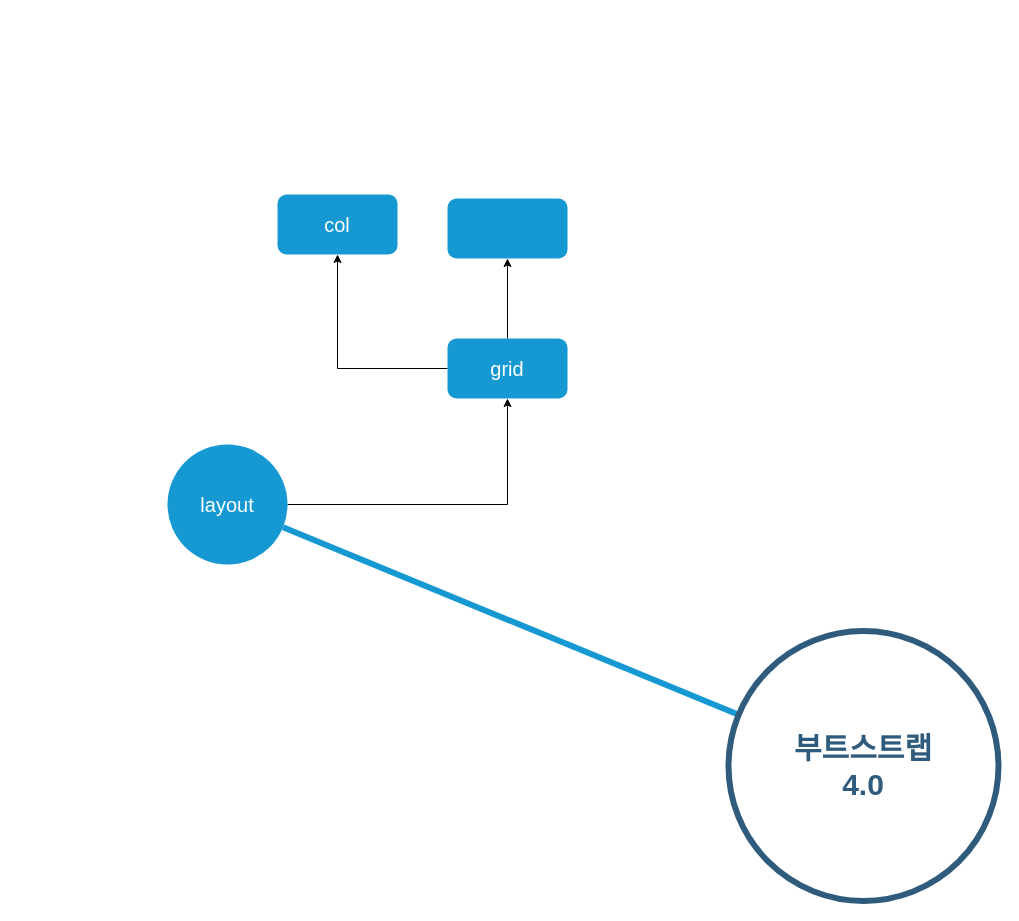
The draw.io diagram diagram/제목 없는 다이어그램.drawio in Hjaehong/TSL, before the edit. Source tidied: cells renumbered, new cells numbered last; positions are measured from the earlier drawing's top-left corner, leaving out a move shared by most shapes. Both pictures are drawn from the tidied source at 100%, with x=0, y=0 at pixel (167, 194).
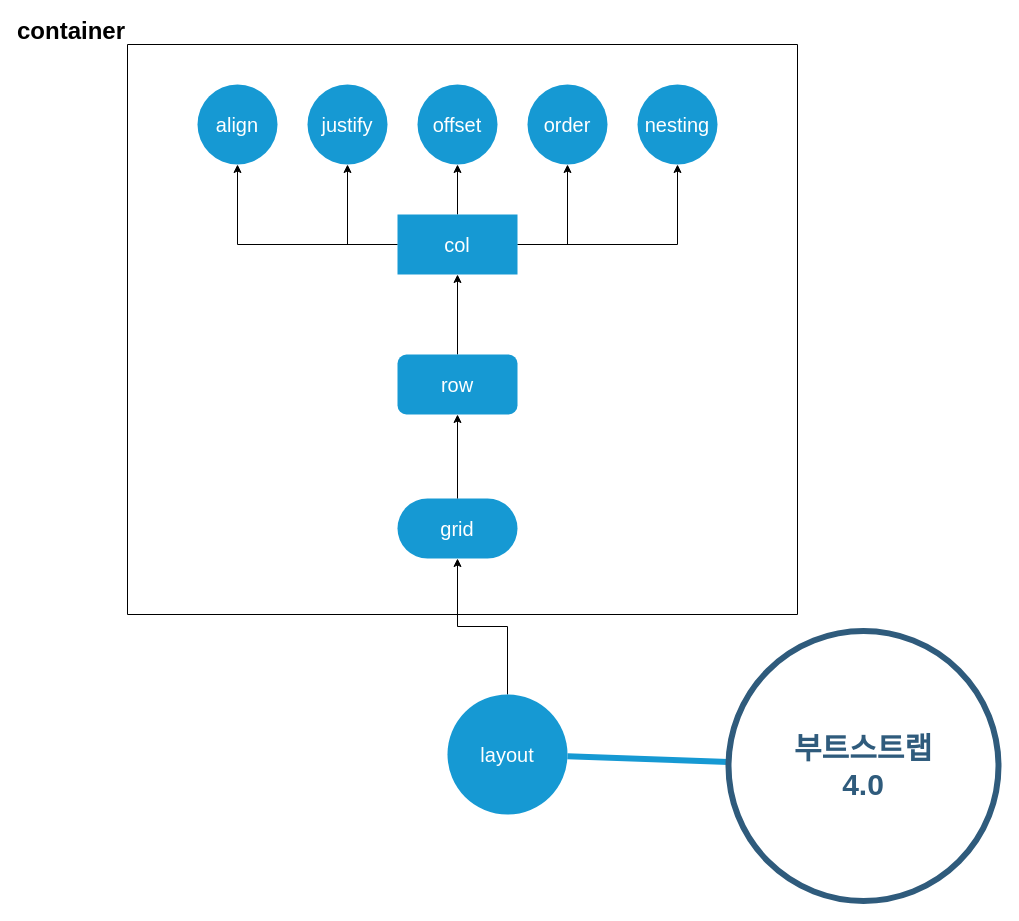
After the change.

Commit message:
제목 없는 다이어그램.drawio 업데이트

The edit, as a diff of the source:
```diff
@@
     <mxCell id="3" value="layout" style="ellipse;whiteSpace=wrap;html=1;shadow=0;fontFamily=Helvetica;fontSize=20;fontColor=#FFFFFF;align=center;strokeWidth=3;fillColor=#1699D3;strokeColor=none;" parent="1" vertex="1">
-      <mxGeometry y="250" width="120" height="120" as="geometry" />
+      <mxGeometry x="280" y="500" width="120" height="120" as="geometry" />
     </mxCell>
@@
-    <mxCell id="6" style="edgeStyle=orthogonalEdgeStyle;rounded=0;jettySize=auto;html=1;" parent="1" edge="1" source="8" target="9">
-      <mxGeometry relative="1" as="geometry" />
-    </mxCell>
+    <mxCell id="11" value="container" style="swimlane;startSize=0;labelPosition=left;verticalLabelPosition=top;align=right;verticalAlign=bottom;fontSize=24;" parent="1" vertex="1">
+      <mxGeometry x="-40" y="-150" width="670" height="570" as="geometry" />
+    </mxCell>
+    <mxCell id="8" value="grid" style="rounded=1;whiteSpace=wrap;html=1;fontSize=20;fillColor=#1699D3;strokeColor=none;fontColor=#FFFFFF;shadow=0;strokeWidth=3;arcSize=50;" parent="11" vertex="1">
+      <mxGeometry x="270" y="454" width="120" height="60" as="geometry" />
+    </mxCell>
+    <mxCell id="12" style="edgeStyle=orthogonalEdgeStyle;rounded=0;jettySize=auto;html=1;" parent="11" edge="1" source="10" target="9">
+      <mxGeometry relative="1" as="geometry" />
+    </mxCell>
+    <mxCell id="10" value="row" style="shape=process;whiteSpace=wrap;html=1;backgroundOutline=1;fontSize=20;fillColor=#1699D3;strokeColor=none;fontColor=#FFFFFF;rounded=1;shadow=0;strokeWidth=3;size=0;" parent="11" vertex="1">
+      <mxGeometry x="270" y="310" width="120" height="60" as="geometry" />
+    </mxCell>
-    <mxCell id="7" style="edgeStyle=orthogonalEdgeStyle;rounded=0;jettySize=auto;html=1;" parent="1" edge="1" source="8" target="10">
+    <mxCell id="7" style="edgeStyle=orthogonalEdgeStyle;rounded=0;jettySize=auto;html=1;" parent="11" edge="1" source="8" target="10">
       <mxGeometry relative="1" as="geometry" />
     </mxCell>
-    <mxCell id="8" value="grid" style="rounded=1;whiteSpace=wrap;html=1;fontSize=20;fillColor=#1699D3;strokeColor=none;fontColor=#FFFFFF;shadow=0;strokeWidth=3;" parent="1" vertex="1">
-      <mxGeometry x="280" y="144" width="120" height="60" as="geometry" />
-    </mxCell>
+    <mxCell id="13" style="edgeStyle=orthogonalEdgeStyle;rounded=0;jettySize=auto;html=1;" parent="11" edge="1" source="9" target="18">
+      <mxGeometry relative="1" as="geometry" />
+    </mxCell>
+    <mxCell id="14" style="edgeStyle=orthogonalEdgeStyle;rounded=0;jettySize=auto;html=1;" parent="11" edge="1" source="9" target="19">
+      <mxGeometry relative="1" as="geometry" />
+    </mxCell>
+    <mxCell id="15" style="edgeStyle=orthogonalEdgeStyle;rounded=0;jettySize=auto;html=1;" parent="11" edge="1" source="9" target="20">
+      <mxGeometry relative="1" as="geometry" />
+    </mxCell>
+    <mxCell id="16" style="edgeStyle=orthogonalEdgeStyle;rounded=0;jettySize=auto;html=1;" parent="11" edge="1" source="9" target="21">
+      <mxGeometry relative="1" as="geometry" />
+    </mxCell>
+    <mxCell id="17" style="edgeStyle=orthogonalEdgeStyle;rounded=0;jettySize=auto;html=1;" parent="11" edge="1" source="9" target="22">
+      <mxGeometry relative="1" as="geometry" />
+    </mxCell>
-    <mxCell id="9" value="col" style="shape=process;whiteSpace=wrap;html=1;backgroundOutline=1;fontSize=20;fillColor=#1699D3;strokeColor=none;fontColor=#FFFFFF;rounded=1;shadow=0;strokeWidth=3;" parent="1" vertex="1">
-      <mxGeometry x="110" width="120" height="60" as="geometry" />
+    <mxCell id="9" value="col" style="shape=process;whiteSpace=wrap;html=1;backgroundOutline=1;fontSize=20;fillColor=#1699D3;strokeColor=none;fontColor=#FFFFFF;rounded=1;shadow=0;strokeWidth=3;arcSize=0;" parent="11" vertex="1">
+      <mxGeometry x="270" y="170" width="120" height="60" as="geometry" />
     </mxCell>
-    <mxCell id="10" style="shape=process;whiteSpace=wrap;html=1;backgroundOutline=1;fontSize=20;fillColor=#1699D3;strokeColor=none;fontColor=#FFFFFF;rounded=1;shadow=0;strokeWidth=3;" parent="1" vertex="1">
-      <mxGeometry x="280" y="4" width="120" height="60" as="geometry" />
-    </mxCell>
+    <mxCell id="18" value="align" style="ellipse;whiteSpace=wrap;html=1;fontSize=20;fillColor=#1699D3;strokeColor=none;fontColor=#FFFFFF;rounded=1;shadow=0;strokeWidth=3;arcSize=0;" parent="11" vertex="1">
+      <mxGeometry x="70" y="40" width="80" height="80" as="geometry" />
+    </mxCell>
+    <mxCell id="19" value="justify" style="ellipse;whiteSpace=wrap;html=1;fontSize=20;fillColor=#1699D3;strokeColor=none;fontColor=#FFFFFF;rounded=1;shadow=0;strokeWidth=3;arcSize=0;" parent="11" vertex="1">
+      <mxGeometry x="180" y="40" width="80" height="80" as="geometry" />
+    </mxCell>
+    <mxCell id="20" value="offset" style="ellipse;whiteSpace=wrap;html=1;fontSize=20;fillColor=#1699D3;strokeColor=none;fontColor=#FFFFFF;rounded=1;shadow=0;strokeWidth=3;arcSize=0;" parent="11" vertex="1">
+      <mxGeometry x="290" y="40" width="80" height="80" as="geometry" />
+    </mxCell>
+    <mxCell id="21" value="order" style="ellipse;whiteSpace=wrap;html=1;fontSize=20;fillColor=#1699D3;strokeColor=none;fontColor=#FFFFFF;rounded=1;shadow=0;strokeWidth=3;arcSize=0;" parent="11" vertex="1">
+      <mxGeometry x="400" y="40" width="80" height="80" as="geometry" />
+    </mxCell>
+    <mxCell id="22" value="nesting" style="ellipse;whiteSpace=wrap;html=1;fontSize=20;fillColor=#1699D3;strokeColor=none;fontColor=#FFFFFF;rounded=1;shadow=0;strokeWidth=3;arcSize=0;" parent="11" vertex="1">
+      <mxGeometry x="510" y="40" width="80" height="80" as="geometry" />
+    </mxCell>
```
